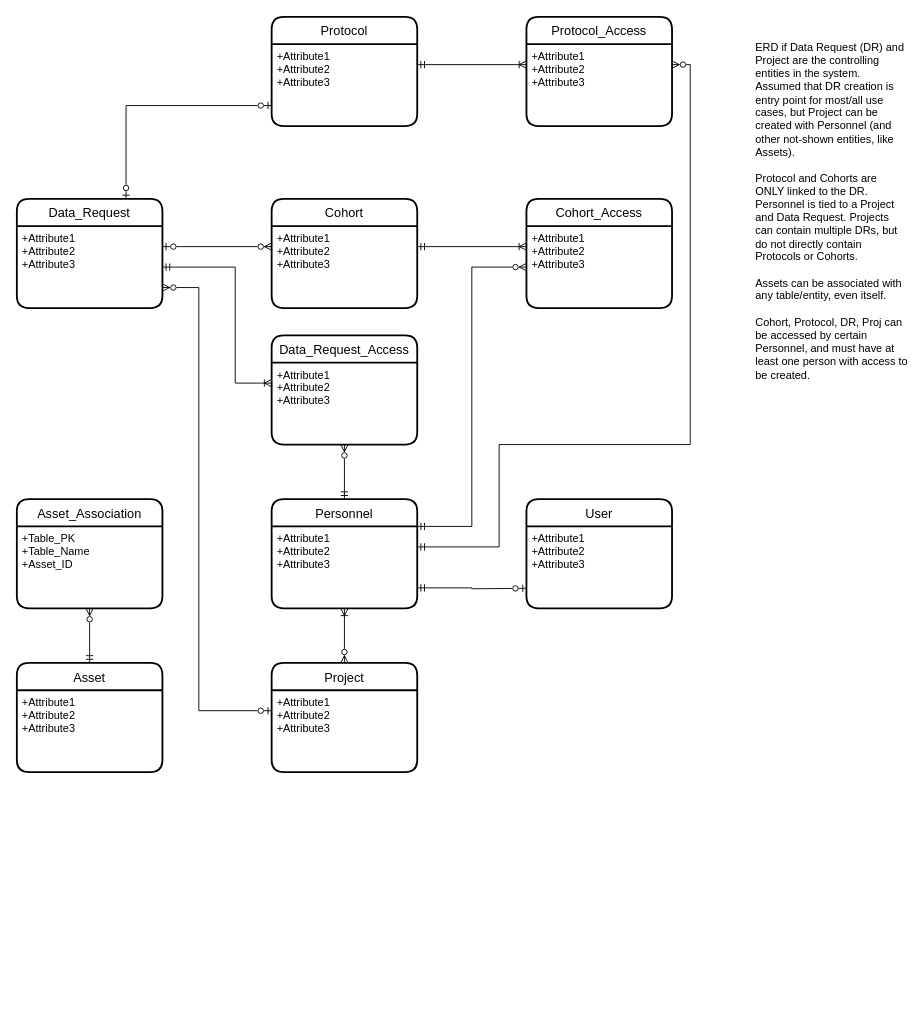
ntimkovich/UAB-II-Diagrams keeps this draw.io diagram as page "Full Access" (8 of 8) of DataLens ERD.drawio. Above is the earlier version. Source tidied: cells renumbered, new cells numbered last; positions are measured from the earlier drawing's top-left corner, leaving out a move shared by most shapes. Both pictures are drawn from the tidied source at 91%, with x=0, y=0 at pixel (16, 16).
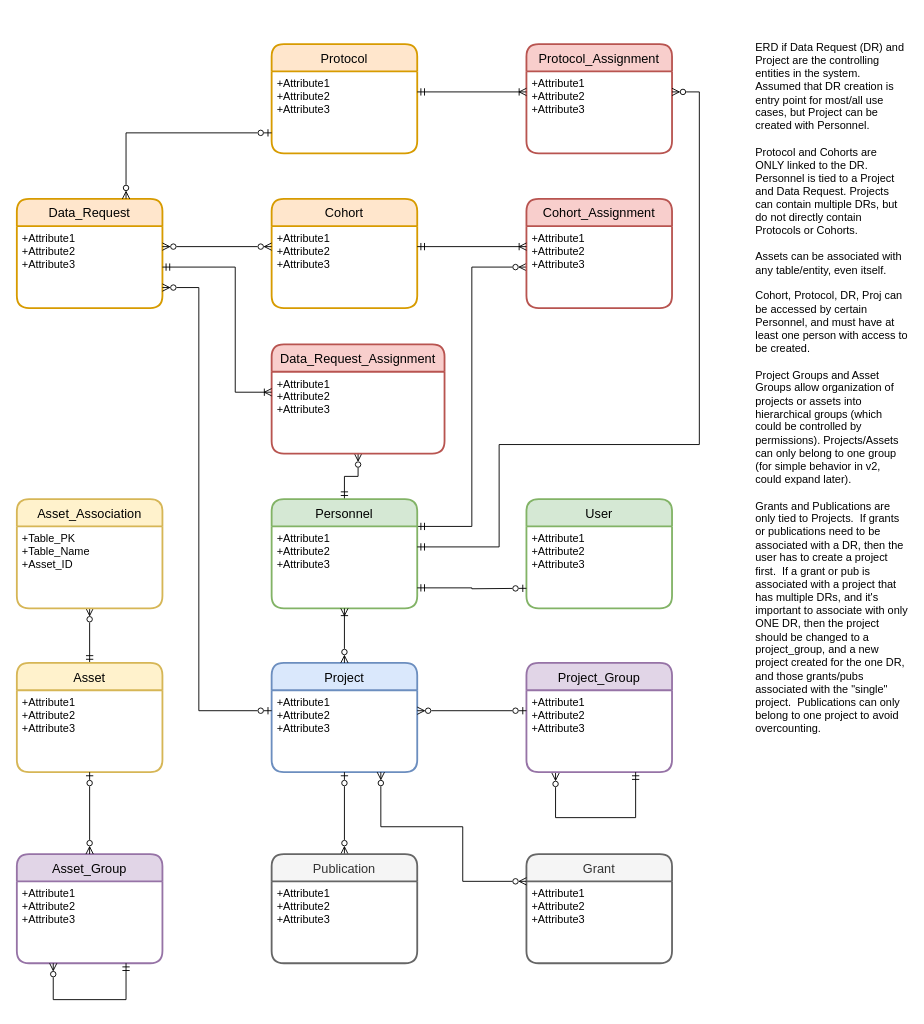
Above is the later version.

The change refers to these unchanged cells:
```xml
<mxCell id="3" value="+Attribute1&#10;+Attribute2&#10;+Attribute3" style="align=left;strokeColor=none;fillColor=none;spacingLeft=4;fontSize=12;verticalAlign=top;" parent="2" vertex="1">
  <mxGeometry y="30" width="160" height="90" as="geometry" />
</mxCell>
<mxCell id="5" value="+Attribute1&#10;+Attribute2&#10;+Attribute3" style="align=left;strokeColor=none;fillColor=none;spacingLeft=4;fontSize=12;verticalAlign=top;" parent="4" vertex="1">
  <mxGeometry y="30" width="160" height="90" as="geometry" />
</mxCell>
<mxCell id="7" value="+Attribute1&#10;+Attribute2&#10;+Attribute3" style="align=left;strokeColor=none;fillColor=none;spacingLeft=4;fontSize=12;verticalAlign=top;" parent="6" vertex="1">
  <mxGeometry y="30" width="160" height="90" as="geometry" />
</mxCell>
<mxCell id="11" value="+Attribute1&#10;+Attribute2&#10;+Attribute3" style="align=left;strokeColor=none;fillColor=none;spacingLeft=4;fontSize=12;verticalAlign=top;" parent="10" vertex="1">
  <mxGeometry y="30" width="160" height="90" as="geometry" />
</mxCell>
<mxCell id="15" value="+Attribute1&#10;+Attribute2&#10;+Attribute3" style="align=left;strokeColor=none;fillColor=none;spacingLeft=4;fontSize=12;verticalAlign=top;" parent="14" vertex="1">
  <mxGeometry y="30" width="160" height="90" as="geometry" />
</mxCell>
<mxCell id="27" value="+Attribute1&#10;+Attribute2&#10;+Attribute3" style="align=left;strokeColor=none;fillColor=none;spacingLeft=4;fontSize=12;verticalAlign=top;" parent="26" vertex="1">
  <mxGeometry y="30" width="160" height="90" as="geometry" />
</mxCell>
<mxCell id="34" value="+Attribute1&#10;+Attribute2&#10;+Attribute3" style="align=left;strokeColor=none;fillColor=none;spacingLeft=4;fontSize=12;verticalAlign=top;" parent="33" vertex="1">
  <mxGeometry y="30" width="160" height="90" as="geometry" />
</mxCell>
```

The edit, as a diff of the source:
```diff
@@
-    <mxCell id="2" value="Data_Request" style="swimlane;horizontal=1;startSize=30;rounded=1;fontSize=14;fontStyle=0;strokeWidth=2;shadow=0;dashed=0;align=center;" parent="1" vertex="1">
+    <mxCell id="2" value="Data_Request" style="swimlane;horizontal=1;startSize=30;rounded=1;fontSize=14;fontStyle=0;strokeWidth=2;shadow=0;dashed=0;align=center;fillColor=#ffe6cc;strokeColor=#d79b00;" parent="1" vertex="1">
       <mxGeometry y="200" width="160" height="120" as="geometry" />
     </mxCell>
@@
-    <mxCell id="4" value="Protocol" style="swimlane;horizontal=1;startSize=30;rounded=1;fontSize=14;fontStyle=0;strokeWidth=2;shadow=0;dashed=0;align=center;" parent="1" vertex="1">
-      <mxGeometry x="280" width="160" height="120" as="geometry" />
+    <mxCell id="4" value="Protocol" style="swimlane;horizontal=1;startSize=30;rounded=1;fontSize=14;fontStyle=0;strokeWidth=2;shadow=0;dashed=0;align=center;fillColor=#ffe6cc;strokeColor=#d79b00;" parent="1" vertex="1">
+      <mxGeometry x="280" y="30" width="160" height="120" as="geometry" />
     </mxCell>
@@
-    <mxCell id="6" value="Cohort" style="swimlane;horizontal=1;startSize=30;rounded=1;fontSize=14;fontStyle=0;strokeWidth=2;shadow=0;dashed=0;align=center;" parent="1" vertex="1">
+    <mxCell id="6" value="Cohort" style="swimlane;horizontal=1;startSize=30;rounded=1;fontSize=14;fontStyle=0;strokeWidth=2;shadow=0;dashed=0;align=center;fillColor=#ffe6cc;strokeColor=#d79b00;" parent="1" vertex="1">
       <mxGeometry x="280" y="200" width="160" height="120" as="geometry" />
     </mxCell>
@@
-    <mxCell id="10" value="Personnel" style="swimlane;horizontal=1;startSize=30;rounded=1;fontSize=14;fontStyle=0;strokeWidth=2;shadow=0;dashed=0;align=center;" parent="1" vertex="1">
+    <mxCell id="10" value="Personnel" style="swimlane;horizontal=1;startSize=30;rounded=1;fontSize=14;fontStyle=0;strokeWidth=2;shadow=0;dashed=0;align=center;fillColor=#d5e8d4;strokeColor=#82b366;" parent="1" vertex="1">
       <mxGeometry x="280" y="530" width="160" height="120" as="geometry" />
     </mxCell>
@@
-    <mxCell id="12" value="User" style="swimlane;horizontal=1;startSize=30;rounded=1;fontSize=14;fontStyle=0;strokeWidth=2;shadow=0;dashed=0;align=center;" parent="1" vertex="1">
+    <mxCell id="12" value="User" style="swimlane;horizontal=1;startSize=30;rounded=1;fontSize=14;fontStyle=0;strokeWidth=2;shadow=0;dashed=0;align=center;fillColor=#d5e8d4;strokeColor=#82b366;" parent="1" vertex="1">
       <mxGeometry x="560" y="530" width="160" height="120" as="geometry" />
     </mxCell>
@@
-    <mxCell id="14" value="Project" style="swimlane;horizontal=1;startSize=30;rounded=1;fontSize=14;fontStyle=0;strokeWidth=2;shadow=0;dashed=0;align=center;" parent="1" vertex="1">
+    <mxCell id="14" value="Project" style="swimlane;horizontal=1;startSize=30;rounded=1;fontSize=14;fontStyle=0;strokeWidth=2;shadow=0;dashed=0;align=center;fillColor=#dae8fc;strokeColor=#6c8ebf;" parent="1" vertex="1">
       <mxGeometry x="280" y="710" width="160" height="120" as="geometry" />
     </mxCell>
@@
-    <mxCell id="16" style="edgeStyle=orthogonalEdgeStyle;rounded=0;jettySize=auto;html=1;exitX=0;exitY=0.75;exitDx=0;exitDy=0;entryX=0.75;entryY=0;entryDx=0;entryDy=0;startArrow=ERzeroToOne;startFill=0;endArrow=ERzeroToOne;endFill=0;" parent="1" edge="1" source="5" target="2">
+    <mxCell id="16" style="edgeStyle=orthogonalEdgeStyle;rounded=0;jettySize=auto;html=1;exitX=0;exitY=0.75;exitDx=0;exitDy=0;entryX=0.75;entryY=0;entryDx=0;entryDy=0;startArrow=ERzeroToOne;startFill=0;endArrow=ERzeroToMany;endFill=0;" parent="1" edge="1" source="5" target="2">
       <mxGeometry relative="1" as="geometry" />
     </mxCell>
-    <mxCell id="17" style="edgeStyle=orthogonalEdgeStyle;rounded=0;jettySize=auto;html=1;exitX=1;exitY=0.25;exitDx=0;exitDy=0;entryX=0;entryY=0.25;entryDx=0;entryDy=0;startArrow=ERzeroToOne;startFill=0;endArrow=ERzeroToMany;endFill=0;" parent="1" edge="1" source="3" target="7">
+    <mxCell id="17" style="edgeStyle=orthogonalEdgeStyle;rounded=0;jettySize=auto;html=1;exitX=1;exitY=0.25;exitDx=0;exitDy=0;entryX=0;entryY=0.25;entryDx=0;entryDy=0;startArrow=ERzeroToMany;startFill=0;endArrow=ERzeroToMany;endFill=0;" parent="1" edge="1" source="3" target="7">
       <mxGeometry relative="1" as="geometry" />
     </mxCell>
@@
-    <mxCell id="21" value="ERD if Data Request (DR) and Project are the controlling entities in the system.&amp;nbsp; Assumed that DR creation is entry point for most/all use cases, but Project can be created with Personnel (and other not-shown entities, like Assets).&lt;br&gt;&lt;br&gt;Protocol and Cohorts are ONLY linked to the DR.&amp;nbsp; Personnel is tied to a Project and Data Request. Projects can contain multiple DRs, but do not directly contain Protocols or Cohorts.&lt;br&gt;&lt;br&gt;Assets can be associated with any table/entity, even itself.&lt;br&gt;&lt;br&gt;Cohort, Protocol, DR, Proj can be accessed by certain Personnel, and must have at least one person with access to be created." style="text;html=1;strokeColor=none;fillColor=none;align=left;verticalAlign=top;whiteSpace=wrap;rounded=0;" parent="1" vertex="1">
-      <mxGeometry x="810" y="20" width="170" height="450" as="geometry" />
+    <mxCell id="21" value="ERD if Data Request (DR) and Project are the controlling entities in the system.&amp;nbsp; Assumed that DR creation is entry point for most/all use cases, but Project can be created with Personnel.&lt;br&gt;&lt;br&gt;Protocol and Cohorts are ONLY linked to the DR.&amp;nbsp; Personnel is tied to a Project and Data Request. Projects can contain multiple DRs, but do not directly contain Protocols or Cohorts.&lt;br&gt;&lt;br&gt;Assets can be associated with any table/entity, even itself.&lt;br&gt;&lt;br&gt;Cohort, Protocol, DR, Proj can be accessed by certain Personnel, and must have at least one person with access to be created.&lt;br&gt;&lt;br&gt;Project Groups and Asset Groups allow organization of projects or assets into hierarchical groups (which could be controlled by permissions). Projects/Assets can only belong to one group (for simple behavior in v2, could expand later).&lt;br&gt;&lt;br&gt;Grants and Publications are only tied to Projects.&amp;nbsp; If grants or publications need to be associated with a DR, then the user has to create a project first.&amp;nbsp; If a grant or pub is associated with a project that has multiple DRs, and it's important to associate with only ONE DR, then the project should be changed to a project_group, and a new project created for the one DR, and those grants/pubs associated with the &quot;single&quot; project.&amp;nbsp; Publications can only belong to one project to avoid overcounting." style="text;html=1;strokeColor=none;fillColor=none;align=left;verticalAlign=top;whiteSpace=wrap;rounded=0;" parent="1" vertex="1">
+      <mxGeometry x="810" y="20" width="170" height="820" as="geometry" />
     </mxCell>
-    <mxCell id="22" value="Data_Request_Access" style="swimlane;horizontal=1;startSize=30;rounded=1;fontSize=14;fontStyle=0;strokeWidth=2;shadow=0;dashed=0;align=center;" parent="1" vertex="1">
-      <mxGeometry x="280" y="350" width="160" height="120" as="geometry" />
+    <mxCell id="22" value="Data_Request_Assignment" style="swimlane;horizontal=1;startSize=30;rounded=1;fontSize=14;fontStyle=0;strokeWidth=2;shadow=0;dashed=0;align=center;fillColor=#f8cecc;strokeColor=#b85450;" parent="1" vertex="1">
+      <mxGeometry x="280" y="360" width="190" height="120" as="geometry" />
     </mxCell>
     <mxCell id="23" value="+Attribute1&#10;+Attribute2&#10;+Attribute3" style="align=left;strokeColor=none;fillColor=none;spacingLeft=4;fontSize=12;verticalAlign=top;" parent="22" vertex="1">
-      <mxGeometry y="30" width="160" height="90" as="geometry" />
+      <mxGeometry y="30" width="190" height="90" as="geometry" />
     </mxCell>
     <mxCell id="24" style="edgeStyle=orthogonalEdgeStyle;rounded=0;jettySize=auto;html=1;exitX=1;exitY=0.5;exitDx=0;exitDy=0;entryX=0;entryY=0.25;entryDx=0;entryDy=0;startArrow=ERmandOne;startFill=0;endArrow=ERoneToMany;endFill=0;" parent="1" edge="1" source="3" target="23">
       <mxGeometry relative="1" as="geometry">
         <Array as="points">
           <mxPoint x="240" y="275" />
-          <mxPoint x="240" y="403" />
+          <mxPoint x="240" y="413" />
         </Array>
       </mxGeometry>
     </mxCell>
@@
-    <mxCell id="26" value="Asset" style="swimlane;horizontal=1;startSize=30;rounded=1;fontSize=14;fontStyle=0;strokeWidth=2;shadow=0;dashed=0;align=center;" parent="1" vertex="1">
+    <mxCell id="26" value="Asset" style="swimlane;horizontal=1;startSize=30;rounded=1;fontSize=14;fontStyle=0;strokeWidth=2;shadow=0;dashed=0;align=center;fillColor=#fff2cc;strokeColor=#d6b656;" parent="1" vertex="1">
       <mxGeometry y="710" width="160" height="120" as="geometry" />
     </mxCell>
@@
-    <mxCell id="28" value="Asset_Association" style="swimlane;horizontal=1;startSize=30;rounded=1;fontSize=14;fontStyle=0;strokeWidth=2;shadow=0;dashed=0;align=center;" parent="1" vertex="1">
+    <mxCell id="28" value="Asset_Association" style="swimlane;horizontal=1;startSize=30;rounded=1;fontSize=14;fontStyle=0;strokeWidth=2;shadow=0;dashed=0;align=center;fillColor=#fff2cc;strokeColor=#d6b656;" parent="1" vertex="1">
       <mxGeometry y="530" width="160" height="120" as="geometry" />
     </mxCell>
@@
-    <mxCell id="30" value="Cohort_Access" style="swimlane;horizontal=1;startSize=30;rounded=1;fontSize=14;fontStyle=0;strokeWidth=2;shadow=0;dashed=0;align=center;" parent="1" vertex="1">
+    <mxCell id="30" value="Cohort_Assignment" style="swimlane;horizontal=1;startSize=30;rounded=1;fontSize=14;fontStyle=0;strokeWidth=2;shadow=0;dashed=0;align=center;fillColor=#f8cecc;strokeColor=#b85450;" parent="1" vertex="1">
       <mxGeometry x="560" y="200" width="160" height="120" as="geometry" />
     </mxCell>
@@
-    <mxCell id="33" value="Protocol_Access" style="swimlane;horizontal=1;startSize=30;rounded=1;fontSize=14;fontStyle=0;strokeWidth=2;shadow=0;dashed=0;align=center;" parent="1" vertex="1">
-      <mxGeometry x="560" width="160" height="120" as="geometry" />
+    <mxCell id="33" value="Protocol_Assignment" style="swimlane;horizontal=1;startSize=30;rounded=1;fontSize=14;fontStyle=0;strokeWidth=2;shadow=0;dashed=0;align=center;fillColor=#f8cecc;strokeColor=#b85450;" parent="1" vertex="1">
+      <mxGeometry x="560" y="30" width="160" height="120" as="geometry" />
     </mxCell>
@@
     <mxCell id="35" style="edgeStyle=orthogonalEdgeStyle;rounded=0;jettySize=auto;html=1;exitX=1;exitY=0.25;exitDx=0;exitDy=0;entryX=1;entryY=0.25;entryDx=0;entryDy=0;startArrow=ERmandOne;startFill=0;endArrow=ERzeroToMany;endFill=0;" parent="1" edge="1" source="11" target="34">
       <mxGeometry relative="1" as="geometry">
         <Array as="points">
           <mxPoint x="530" y="583" />
           <mxPoint x="530" y="470" />
-          <mxPoint x="740" y="470" />
-          <mxPoint x="740" y="53" />
+          <mxPoint x="750" y="470" />
+          <mxPoint x="750" y="83" />
         </Array>
       </mxGeometry>
     </mxCell>
@@
+    <mxCell id="37" value="Project_Group" style="swimlane;horizontal=1;startSize=30;rounded=1;fontSize=14;fontStyle=0;strokeWidth=2;shadow=0;dashed=0;align=center;fillColor=#e1d5e7;strokeColor=#9673a6;" parent="1" vertex="1">
+      <mxGeometry x="560" y="710" width="160" height="120" as="geometry" />
+    </mxCell>
+    <mxCell id="38" value="+Attribute1&#10;+Attribute2&#10;+Attribute3" style="align=left;strokeColor=none;fillColor=none;spacingLeft=4;fontSize=12;verticalAlign=top;" parent="37" vertex="1">
+      <mxGeometry y="30" width="160" height="90" as="geometry" />
+    </mxCell>
+    <mxCell id="39" style="edgeStyle=orthogonalEdgeStyle;rounded=0;orthogonalLoop=1;jettySize=auto;html=1;exitX=0.75;exitY=1;exitDx=0;exitDy=0;entryX=0.2;entryY=1.011;entryDx=0;entryDy=0;entryPerimeter=0;startArrow=ERmandOne;startFill=0;endArrow=ERzeroToMany;endFill=0;" parent="37" edge="1" source="38" target="38">
+      <mxGeometry relative="1" as="geometry">
+        <Array as="points">
+          <mxPoint x="120" y="170" />
+          <mxPoint x="32" y="170" />
+        </Array>
+      </mxGeometry>
+    </mxCell>
+    <mxCell id="40" style="edgeStyle=orthogonalEdgeStyle;rounded=0;jettySize=auto;html=1;exitX=0;exitY=0.25;exitDx=0;exitDy=0;entryX=1;entryY=0.25;entryDx=0;entryDy=0;startArrow=ERzeroToOne;startFill=0;endArrow=ERzeroToMany;endFill=0;" parent="1" edge="1" source="38" target="15">
+      <mxGeometry relative="1" as="geometry" />
+    </mxCell>
+    <mxCell id="41" value="Asset_Group" style="swimlane;horizontal=1;startSize=30;rounded=1;fontSize=14;fontStyle=0;strokeWidth=2;shadow=0;dashed=0;align=center;fillColor=#e1d5e7;strokeColor=#9673a6;" parent="1" vertex="1">
+      <mxGeometry y="920" width="160" height="120" as="geometry" />
+    </mxCell>
+    <mxCell id="42" value="+Attribute1&#10;+Attribute2&#10;+Attribute3" style="align=left;strokeColor=none;fillColor=none;spacingLeft=4;fontSize=12;verticalAlign=top;" parent="41" vertex="1">
+      <mxGeometry y="30" width="160" height="90" as="geometry" />
+    </mxCell>
+    <mxCell id="43" style="edgeStyle=orthogonalEdgeStyle;rounded=0;orthogonalLoop=1;jettySize=auto;html=1;exitX=0.75;exitY=1;exitDx=0;exitDy=0;entryX=0.25;entryY=1;entryDx=0;entryDy=0;startArrow=ERmandOne;startFill=0;endArrow=ERzeroToMany;endFill=0;" parent="41" edge="1" source="42" target="42">
+      <mxGeometry relative="1" as="geometry">
+        <Array as="points">
+          <mxPoint x="120" y="160" />
+          <mxPoint x="40" y="160" />
+        </Array>
+      </mxGeometry>
+    </mxCell>
+    <mxCell id="44" style="edgeStyle=orthogonalEdgeStyle;rounded=0;jettySize=auto;html=1;exitX=0.5;exitY=1;exitDx=0;exitDy=0;entryX=0.5;entryY=0;entryDx=0;entryDy=0;startArrow=ERzeroToOne;startFill=0;endArrow=ERzeroToMany;endFill=0;" parent="1" edge="1" source="27" target="41">
+      <mxGeometry relative="1" as="geometry" />
+    </mxCell>
+    <mxCell id="45" style="edgeStyle=orthogonalEdgeStyle;rounded=0;jettySize=auto;html=1;exitX=0.5;exitY=0;exitDx=0;exitDy=0;entryX=0.5;entryY=1;entryDx=0;entryDy=0;startArrow=ERzeroToMany;startFill=0;endArrow=ERzeroToOne;endFill=0;" parent="1" edge="1" source="46" target="15">
+      <mxGeometry relative="1" as="geometry" />
+    </mxCell>
+    <mxCell id="46" value="Publication" style="swimlane;horizontal=1;startSize=30;rounded=1;fontSize=14;fontStyle=0;strokeWidth=2;shadow=0;dashed=0;align=center;fillColor=#f5f5f5;fontColor=#333333;strokeColor=#666666;" parent="1" vertex="1">
+      <mxGeometry x="280" y="920" width="160" height="120" as="geometry" />
+    </mxCell>
+    <mxCell id="47" value="+Attribute1&#10;+Attribute2&#10;+Attribute3" style="align=left;strokeColor=none;fillColor=none;spacingLeft=4;fontSize=12;verticalAlign=top;" parent="46" vertex="1">
+      <mxGeometry y="30" width="160" height="90" as="geometry" />
+    </mxCell>
+    <mxCell id="48" value="Grant" style="swimlane;horizontal=1;startSize=30;rounded=1;fontSize=14;fontStyle=0;strokeWidth=2;shadow=0;dashed=0;align=center;fillColor=#f5f5f5;fontColor=#333333;strokeColor=#666666;" parent="1" vertex="1">
+      <mxGeometry x="560" y="920" width="160" height="120" as="geometry" />
+    </mxCell>
+    <mxCell id="49" value="+Attribute1&#10;+Attribute2&#10;+Attribute3" style="align=left;strokeColor=none;fillColor=none;spacingLeft=4;fontSize=12;verticalAlign=top;" parent="48" vertex="1">
+      <mxGeometry y="30" width="160" height="90" as="geometry" />
+    </mxCell>
+    <mxCell id="50" style="edgeStyle=orthogonalEdgeStyle;rounded=0;jettySize=auto;html=1;exitX=0;exitY=0;exitDx=0;exitDy=0;entryX=0.75;entryY=1;entryDx=0;entryDy=0;startArrow=ERzeroToMany;startFill=0;endArrow=ERzeroToMany;endFill=0;" parent="1" edge="1" source="49" target="15">
+      <mxGeometry relative="1" as="geometry">
+        <Array as="points">
+          <mxPoint x="490" y="950" />
+          <mxPoint x="490" y="890" />
+          <mxPoint x="400" y="890" />
+        </Array>
+      </mxGeometry>
+    </mxCell>
```
